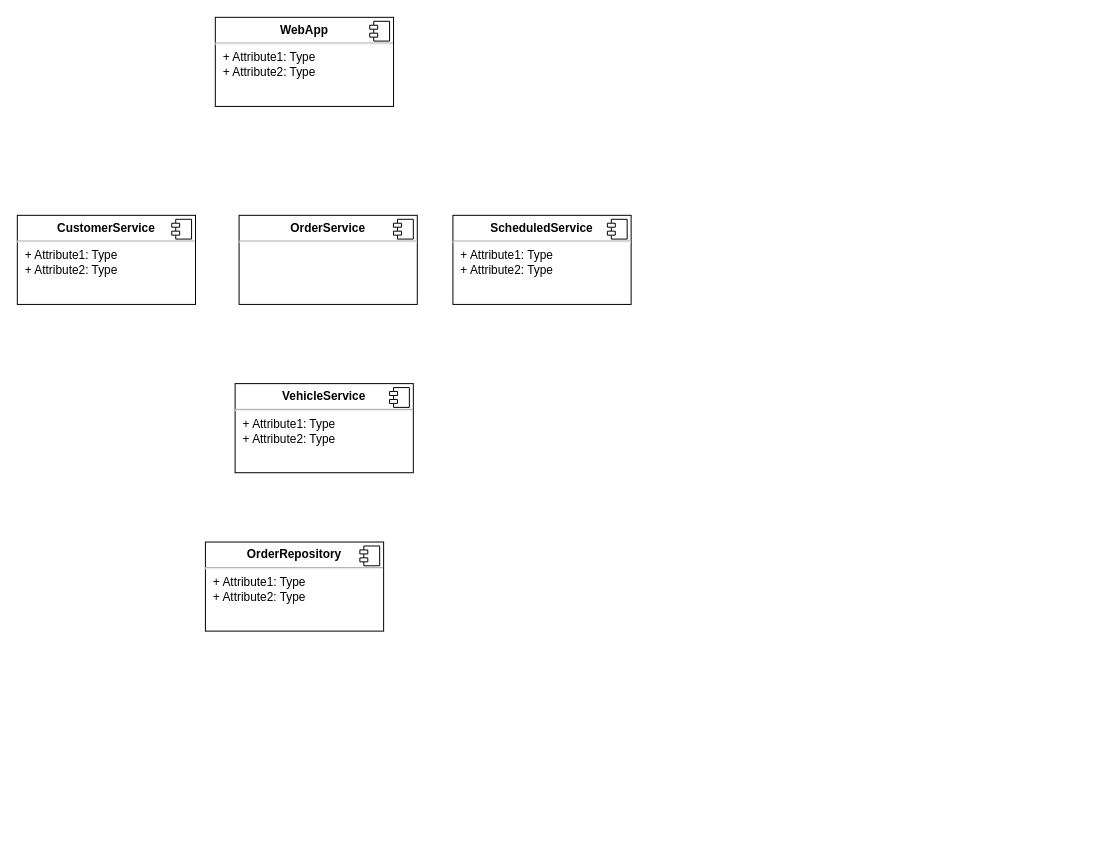
Earlier version of the draw.io diagram componentDiagram.drawio (MatthiasEberhardt/Softwareentwicklung). Source tidied: cells renumbered, new cells numbered last; positions are measured from the earlier drawing's top-left corner, leaving out a move shared by most shapes. Both pictures are drawn from the tidied source at 99%, with x=0, y=0 at pixel (17, 17).
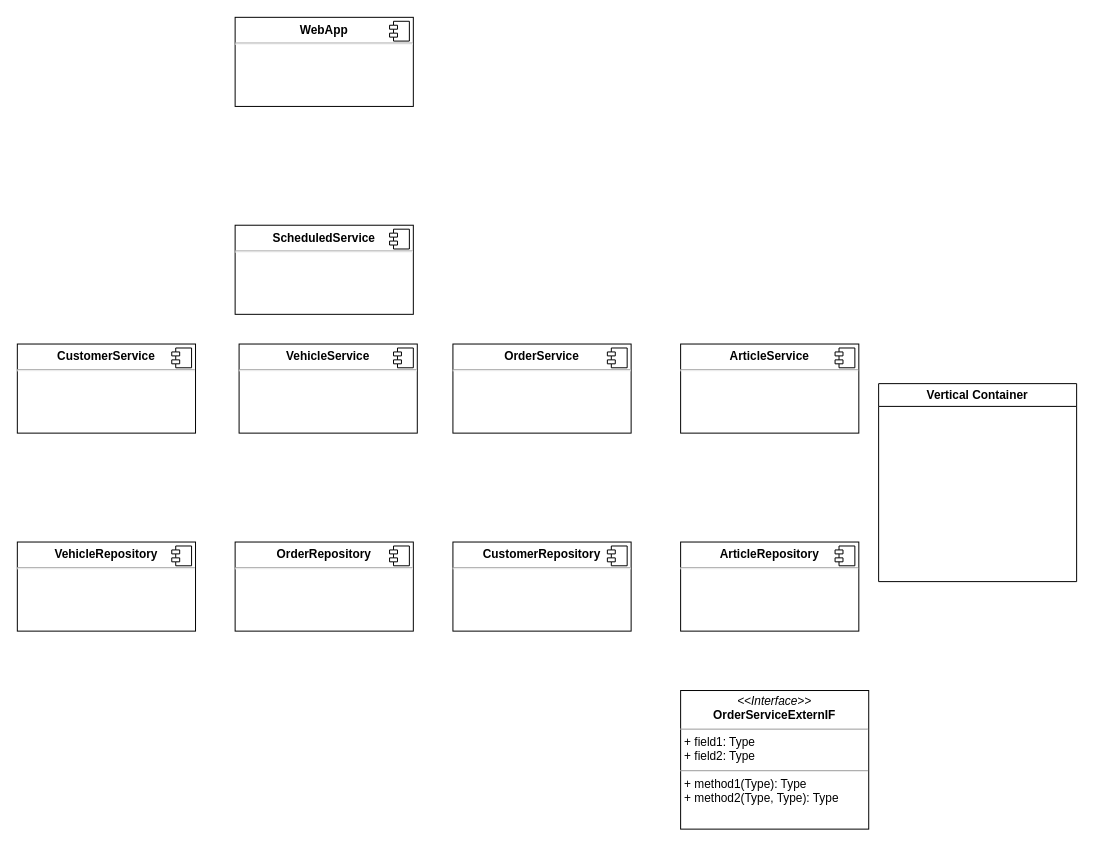
The same page after the edit.

What changed in the source:
```diff
@@
     <mxCell id="2" value="&lt;p style=&quot;margin: 0px ; margin-top: 6px ; text-align: center&quot;&gt;&lt;b&gt;OrderService&lt;/b&gt;&lt;/p&gt;&lt;hr&gt;&lt;p style=&quot;margin: 0px ; margin-left: 8px&quot;&gt;&lt;br&gt;&lt;/p&gt;" style="align=left;overflow=fill;html=1;" parent="1" vertex="1">
-      <mxGeometry x="224" y="200" width="180" height="90" as="geometry" />
+      <mxGeometry x="440" y="330" width="180" height="90" as="geometry" />
     </mxCell>
@@
-    <mxCell id="4" value="&lt;p style=&quot;margin: 0px ; margin-top: 6px ; text-align: center&quot;&gt;&lt;b&gt;WebApp&lt;/b&gt;&lt;/p&gt;&lt;hr&gt;&lt;p style=&quot;margin: 0px ; margin-left: 8px&quot;&gt;+ Attribute1: Type&lt;br&gt;+ Attribute2: Type&lt;/p&gt;" style="align=left;overflow=fill;html=1;" parent="1" vertex="1">
-      <mxGeometry x="200" width="180" height="90" as="geometry" />
+    <mxCell id="4" value="&lt;p style=&quot;margin: 0px ; margin-top: 6px ; text-align: center&quot;&gt;&lt;b&gt;WebApp&lt;/b&gt;&lt;/p&gt;&lt;hr&gt;&lt;p style=&quot;margin: 0px ; margin-left: 8px&quot;&gt;&lt;br&gt;&lt;/p&gt;" style="align=left;overflow=fill;html=1;" parent="1" vertex="1">
+      <mxGeometry x="220" width="180" height="90" as="geometry" />
     </mxCell>
@@
-    <mxCell id="6" value="&lt;p style=&quot;margin: 0px ; margin-top: 6px ; text-align: center&quot;&gt;&lt;b&gt;OrderRepository&lt;/b&gt;&lt;/p&gt;&lt;hr&gt;&lt;p style=&quot;margin: 0px ; margin-left: 8px&quot;&gt;+ Attribute1: Type&lt;br&gt;+ Attribute2: Type&lt;/p&gt;" style="align=left;overflow=fill;html=1;" parent="1" vertex="1">
-      <mxGeometry x="190" y="530" width="180" height="90" as="geometry" />
+    <mxCell id="6" value="&lt;p style=&quot;margin: 0px ; margin-top: 6px ; text-align: center&quot;&gt;&lt;b&gt;OrderRepository&lt;/b&gt;&lt;/p&gt;&lt;hr&gt;&lt;p style=&quot;margin: 0px ; margin-left: 8px&quot;&gt;&lt;br&gt;&lt;/p&gt;" style="align=left;overflow=fill;html=1;" parent="1" vertex="1">
+      <mxGeometry x="220" y="530" width="180" height="90" as="geometry" />
     </mxCell>
@@
-    <mxCell id="8" value="&lt;p style=&quot;margin: 0px ; margin-top: 6px ; text-align: center&quot;&gt;&lt;b&gt;CustomerService&lt;/b&gt;&lt;/p&gt;&lt;hr&gt;&lt;p style=&quot;margin: 0px ; margin-left: 8px&quot;&gt;+ Attribute1: Type&lt;br&gt;+ Attribute2: Type&lt;/p&gt;" style="align=left;overflow=fill;html=1;" parent="1" vertex="1">
-      <mxGeometry y="200" width="180" height="90" as="geometry" />
+    <mxCell id="8" value="&lt;p style=&quot;margin: 0px ; margin-top: 6px ; text-align: center&quot;&gt;&lt;b&gt;CustomerService&lt;/b&gt;&lt;/p&gt;&lt;hr&gt;&lt;p style=&quot;margin: 0px ; margin-left: 8px&quot;&gt;&lt;br&gt;&lt;/p&gt;" style="align=left;overflow=fill;html=1;" parent="1" vertex="1">
+      <mxGeometry y="330" width="180" height="90" as="geometry" />
     </mxCell>
@@
-    <mxCell id="10" value="&lt;p style=&quot;margin: 0px ; margin-top: 6px ; text-align: center&quot;&gt;&lt;b&gt;ScheduledService&lt;/b&gt;&lt;/p&gt;&lt;hr&gt;&lt;p style=&quot;margin: 0px ; margin-left: 8px&quot;&gt;+ Attribute1: Type&lt;br&gt;+ Attribute2: Type&lt;/p&gt;" style="align=left;overflow=fill;html=1;" parent="1" vertex="1">
-      <mxGeometry x="440" y="200" width="180" height="90" as="geometry" />
+    <mxCell id="10" value="&lt;p style=&quot;margin: 0px ; margin-top: 6px ; text-align: center&quot;&gt;&lt;b&gt;ScheduledService&lt;/b&gt;&lt;/p&gt;&lt;hr&gt;&lt;p style=&quot;margin: 0px ; margin-left: 8px&quot;&gt;&lt;br&gt;&lt;/p&gt;" style="align=left;overflow=fill;html=1;" parent="1" vertex="1">
+      <mxGeometry x="220" y="210" width="180" height="90" as="geometry" />
     </mxCell>
@@
-    <mxCell id="12" value="&lt;p style=&quot;margin: 0px ; margin-top: 6px ; text-align: center&quot;&gt;&lt;b&gt;VehicleService&lt;/b&gt;&lt;/p&gt;&lt;hr&gt;&lt;p style=&quot;margin: 0px ; margin-left: 8px&quot;&gt;+ Attribute1: Type&lt;br&gt;+ Attribute2: Type&lt;/p&gt;" style="align=left;overflow=fill;html=1;" parent="1" vertex="1">
-      <mxGeometry x="220" y="370" width="180" height="90" as="geometry" />
+    <mxCell id="12" value="&lt;p style=&quot;margin: 0px ; margin-top: 6px ; text-align: center&quot;&gt;&lt;b&gt;VehicleService&lt;/b&gt;&lt;/p&gt;&lt;hr&gt;&lt;p style=&quot;margin: 0px ; margin-left: 8px&quot;&gt;&lt;br&gt;&lt;/p&gt;" style="align=left;overflow=fill;html=1;" parent="1" vertex="1">
+      <mxGeometry x="224" y="330" width="180" height="90" as="geometry" />
     </mxCell>
@@
+    <mxCell id="14" value="&lt;p style=&quot;margin: 0px ; margin-top: 6px ; text-align: center&quot;&gt;&lt;b&gt;CustomerRepository&lt;/b&gt;&lt;/p&gt;&lt;hr&gt;&lt;p style=&quot;margin: 0px ; margin-left: 8px&quot;&gt;&lt;br&gt;&lt;/p&gt;" style="align=left;overflow=fill;html=1;" parent="1" vertex="1">
+      <mxGeometry x="440" y="530" width="180" height="90" as="geometry" />
+    </mxCell>
+    <mxCell id="15" style="shape=component;jettyWidth=8;jettyHeight=4;" parent="14" vertex="1">
+      <mxGeometry x="1" width="20" height="20" relative="1" as="geometry">
+        <mxPoint x="-24" y="4" as="offset" />
+      </mxGeometry>
+    </mxCell>
+    <mxCell id="16" value="&lt;p style=&quot;margin: 0px ; margin-top: 6px ; text-align: center&quot;&gt;&lt;b&gt;VehicleRepository&lt;/b&gt;&lt;/p&gt;&lt;hr&gt;&lt;p style=&quot;margin: 0px ; margin-left: 8px&quot;&gt;&lt;br&gt;&lt;/p&gt;" style="align=left;overflow=fill;html=1;" parent="1" vertex="1">
+      <mxGeometry y="530" width="180" height="90" as="geometry" />
+    </mxCell>
+    <mxCell id="17" style="shape=component;jettyWidth=8;jettyHeight=4;" parent="16" vertex="1">
+      <mxGeometry x="1" width="20" height="20" relative="1" as="geometry">
+        <mxPoint x="-24" y="4" as="offset" />
+      </mxGeometry>
+    </mxCell>
+    <mxCell id="18" value="&lt;p style=&quot;margin: 0px ; margin-top: 6px ; text-align: center&quot;&gt;&lt;b&gt;ArticleRepository&lt;/b&gt;&lt;/p&gt;&lt;hr&gt;&lt;p style=&quot;margin: 0px ; margin-left: 8px&quot;&gt;&lt;br&gt;&lt;/p&gt;" style="align=left;overflow=fill;html=1;" parent="1" vertex="1">
+      <mxGeometry x="670" y="530" width="180" height="90" as="geometry" />
+    </mxCell>
+    <mxCell id="19" style="shape=component;jettyWidth=8;jettyHeight=4;" parent="18" vertex="1">
+      <mxGeometry x="1" width="20" height="20" relative="1" as="geometry">
+        <mxPoint x="-24" y="4" as="offset" />
+      </mxGeometry>
+    </mxCell>
+    <mxCell id="20" value="&lt;p style=&quot;margin: 0px ; margin-top: 6px ; text-align: center&quot;&gt;&lt;b&gt;ArticleService&lt;/b&gt;&lt;/p&gt;&lt;hr&gt;&lt;p style=&quot;margin: 0px ; margin-left: 8px&quot;&gt;&lt;br&gt;&lt;/p&gt;" style="align=left;overflow=fill;html=1;" parent="1" vertex="1">
+      <mxGeometry x="670" y="330" width="180" height="90" as="geometry" />
+    </mxCell>
+    <mxCell id="21" style="shape=component;jettyWidth=8;jettyHeight=4;" parent="20" vertex="1">
+      <mxGeometry x="1" width="20" height="20" relative="1" as="geometry">
+        <mxPoint x="-24" y="4" as="offset" />
+      </mxGeometry>
+    </mxCell>
+    <mxCell id="22" value="Vertical Container" style="swimlane;" parent="1" vertex="1">
+      <mxGeometry x="870" y="370" width="200" height="200" as="geometry" />
+    </mxCell>
+    <mxCell id="23" value="&lt;p style=&quot;margin: 0px ; margin-top: 4px ; text-align: center&quot;&gt;&lt;i&gt;&amp;lt;&amp;lt;Interface&amp;gt;&amp;gt;&lt;/i&gt;&lt;br&gt;&lt;b&gt;OrderServiceExternIF&lt;/b&gt;&lt;/p&gt;&lt;hr size=&quot;1&quot;&gt;&lt;p style=&quot;margin: 0px ; margin-left: 4px&quot;&gt;+ field1: Type&lt;br&gt;+ field2: Type&lt;/p&gt;&lt;hr size=&quot;1&quot;&gt;&lt;p style=&quot;margin: 0px ; margin-left: 4px&quot;&gt;+ method1(Type): Type&lt;br&gt;+ method2(Type, Type): Type&lt;/p&gt;" style="verticalAlign=top;align=left;overflow=fill;fontSize=12;fontFamily=Helvetica;html=1;" parent="1" vertex="1">
+      <mxGeometry x="670" y="680" width="190" height="140" as="geometry" />
+    </mxCell>
```
